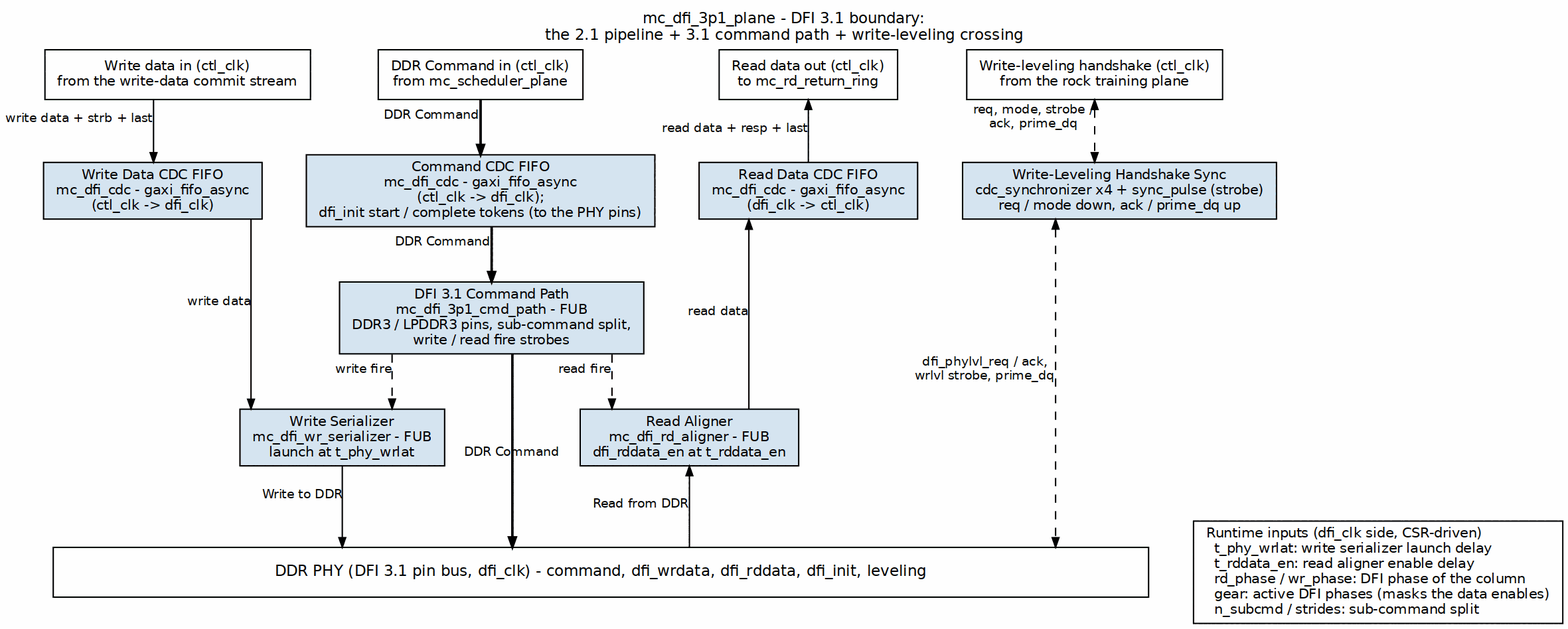
Above: projects/components/mem-ctrl-ip/common-ip/docs/common_mas/assets/graphviz/07_mc_dfi_3p1_plane.png in sean-galloway/RTLDesignSherpa (Graphviz), before the change. Its source is kept beside it as projects/components/mem-ctrl-ip/common-ip/docs/common_mas/assets/graphviz/07_mc_dfi_3p1_plane.dot.
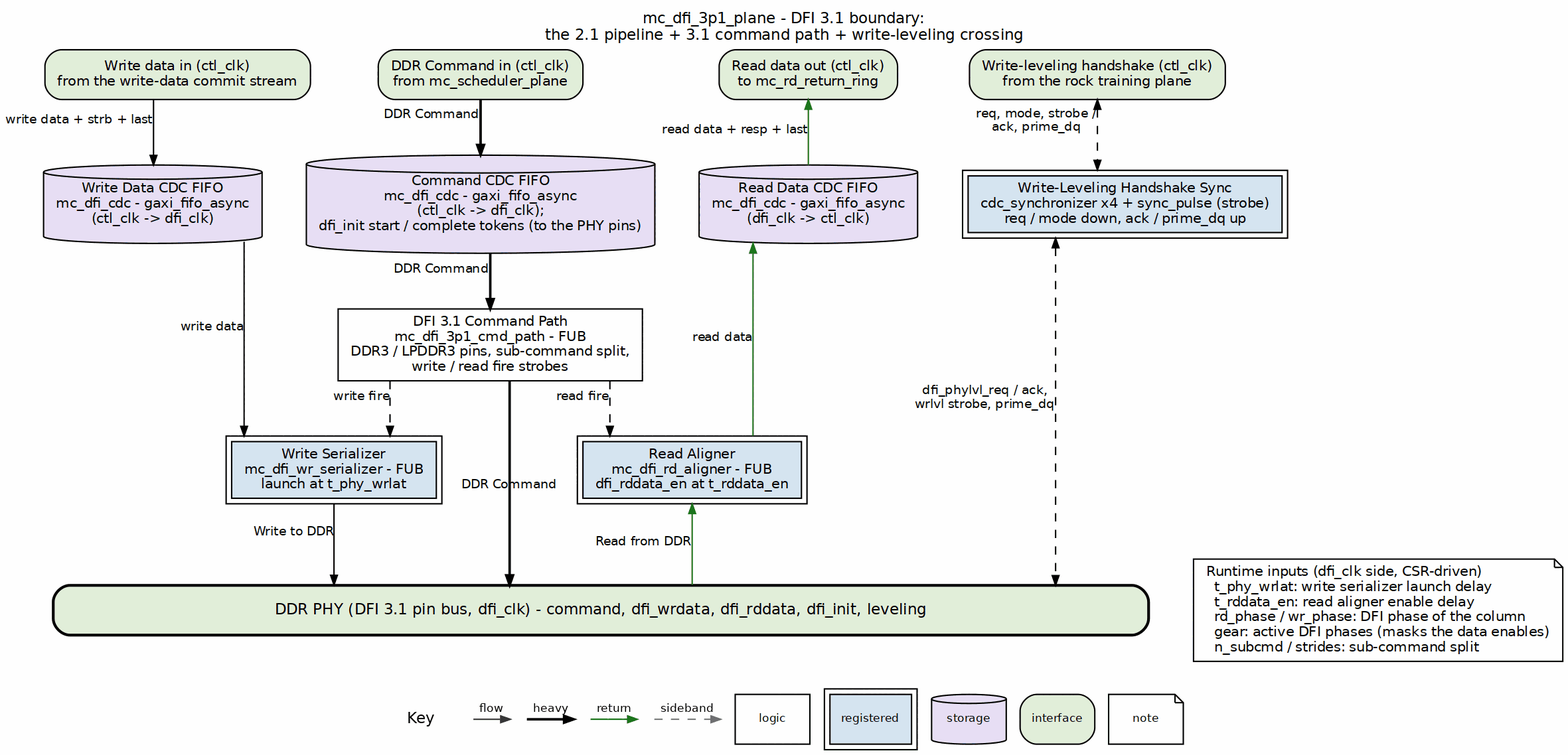
After the change.

Change to the diagram source:
```diff
@@ -3,25 +3,25 @@
            nodesep="0.45", ranksep="0.55", splines=ortho,
            label="mc_dfi_3p1_plane - DFI 3.1 boundary:\nthe 2.1 pipeline + 3.1 command path + write-leveling crossing", labelloc=t, labeljust=c];
     node  [fontname="Helvetica", fontsize=10, shape=box, style=filled,
-           fillcolor="#D6E4F0", color="black", margin="0.12,0.06"];
+           fillcolor="white", color="black", margin="0.12,0.06"];
     edge  [fontname="Helvetica", fontsize=9, color="black", arrowsize=0.7];
 
-    p_wd  [label="Write data in (ctl_clk)\nfrom the write-data commit stream", fillcolor="white"];
-    p_cmd [label="DDR Command in (ctl_clk)\nfrom mc_scheduler_plane", fillcolor="white"];
-    p_rd  [label="Read data out (ctl_clk)\nto mc_rd_return_ring", fillcolor="white"];
-    p_wl [label="Write-leveling handshake (ctl_clk)\nfrom the rock training plane", fillcolor="white"];
-    wl_sync [label="Write-Leveling Handshake Sync\ncdc_synchronizer x4 + sync_pulse (strobe)\nreq / mode down, ack / prime_dq up"];
+    p_wd  [label="Write data in (ctl_clk)\nfrom the write-data commit stream", fillcolor="white", style="rounded,filled", fillcolor="#E2EFDA"];
+    p_cmd [label="DDR Command in (ctl_clk)\nfrom mc_scheduler_plane", fillcolor="white", style="rounded,filled", fillcolor="#E2EFDA"];
+    p_rd  [label="Read data out (ctl_clk)\nto mc_rd_return_ring", fillcolor="white", style="rounded,filled", fillcolor="#E2EFDA"];
+    p_wl [label="Write-leveling handshake (ctl_clk)\nfrom the rock training plane", fillcolor="white", style="rounded,filled", fillcolor="#E2EFDA"];
+    wl_sync [label="Write-Leveling Handshake Sync\ncdc_synchronizer x4 + sync_pulse (strobe)\nreq / mode down, ack / prime_dq up", peripheries=2, style="filled", fillcolor="#D6E4F0"];
 
-    cdc_wd  [label="Write Data CDC FIFO\nmc_dfi_cdc - gaxi_fifo_async\n(ctl_clk -> dfi_clk)"];
-    cdc_cmd [label="Command CDC FIFO\nmc_dfi_cdc - gaxi_fifo_async\n(ctl_clk -> dfi_clk);\ndfi_init start / complete tokens (to the PHY pins)"];
-    cdc_rd  [label="Read Data CDC FIFO\nmc_dfi_cdc - gaxi_fifo_async\n(dfi_clk -> ctl_clk)"];
+    cdc_wd  [label="Write Data CDC FIFO\nmc_dfi_cdc - gaxi_fifo_async\n(ctl_clk -> dfi_clk)", shape=cylinder, style="filled", fillcolor="#E8DFF5"];
+    cdc_cmd [label="Command CDC FIFO\nmc_dfi_cdc - gaxi_fifo_async\n(ctl_clk -> dfi_clk);\ndfi_init start / complete tokens (to the PHY pins)", shape=cylinder, style="filled", fillcolor="#E8DFF5"];
+    cdc_rd  [label="Read Data CDC FIFO\nmc_dfi_cdc - gaxi_fifo_async\n(dfi_clk -> ctl_clk)", shape=cylinder, style="filled", fillcolor="#E8DFF5"];
 
-    cmd_path [label="DFI 3.1 Command Path\nmc_dfi_3p1_cmd_path - FUB\nDDR3 / LPDDR3 pins, sub-command split,\nwrite / read fire strobes"];
-    wr_ser   [label="Write Serializer\nmc_dfi_wr_serializer - FUB\nlaunch at t_phy_wrlat"];
-    rd_al    [label="Read Aligner\nmc_dfi_rd_aligner - FUB\ndfi_rddata_en at t_rddata_en"];
+    cmd_path [label="DFI 3.1 Command Path\nmc_dfi_3p1_cmd_path - FUB\nDDR3 / LPDDR3 pins, sub-command split,\nwrite / read fire strobes", style="filled", fillcolor="white"];
+    wr_ser   [label="Write Serializer\nmc_dfi_wr_serializer - FUB\nlaunch at t_phy_wrlat", peripheries=2, style="filled", fillcolor="#D6E4F0"];
+    rd_al    [label="Read Aligner\nmc_dfi_rd_aligner - FUB\ndfi_rddata_en at t_rddata_en", peripheries=2, style="filled", fillcolor="#D6E4F0"];
 
-    bar    [label="DDR PHY (DFI 3.1 pin bus, dfi_clk) - command, dfi_wrdata, dfi_rddata, dfi_init, leveling", fillcolor="white", width=11, height=0.5, fontsize=11];
-    legend [label="Runtime inputs (dfi_clk side, CSR-driven)\l  t_phy_wrlat: write serializer launch delay\l  t_rddata_en: read aligner enable delay\l  rd_phase / wr_phase: DFI phase of the column\l  gear: active DFI phases (masks the data enables)\l  n_subcmd / strides: sub-command split\l", fillcolor="white"];
+    bar    [label="DDR PHY (DFI 3.1 pin bus, dfi_clk) - command, dfi_wrdata, dfi_rddata, dfi_init, leveling", fillcolor="white", width=11, height=0.5, fontsize=11, style="rounded,filled,bold", fillcolor="#E2EFDA"];
+    legend [label="Runtime inputs (dfi_clk side, CSR-driven)\l  t_phy_wrlat: write serializer launch delay\l  t_rddata_en: read aligner enable delay\l  rd_phase / wr_phase: DFI phase of the column\l  gear: active DFI phases (masks the data enables)\l  n_subcmd / strides: sub-command split\l", fillcolor="white", shape=note];
 
     p_wd   -> cdc_wd [xlabel="write data + strb + last"];
     cdc_wd -> wr_ser [xlabel="write data"];
@@ -33,9 +33,9 @@
     cmd_path -> wr_ser   [style=dashed, xlabel="write fire"];
     cmd_path -> rd_al    [style=dashed, xlabel="read fire"];
 
-    rd_al  -> bar    [dir=back, xlabel="Read from DDR"];
-    cdc_rd -> rd_al  [dir=back, xlabel="read data"];
-    p_rd   -> cdc_rd [dir=back, xlabel="read data + resp + last"];
+    rd_al  -> bar    [color="#1A7A1A", dir=back, xlabel="Read from DDR"];
+    cdc_rd -> rd_al  [color="#1A7A1A", dir=back, xlabel="read data"];
+    p_rd   -> cdc_rd [color="#1A7A1A", dir=back, xlabel="read data + resp + last"];
     p_wl    -> wl_sync [dir=both, style=dashed, xlabel="req, mode, strobe /\nack, prime_dq"];
     wl_sync -> bar     [dir=both, style=dashed, xlabel="dfi_phylvl_req / ack,\nwrlvl strobe, prime_dq"];
 
```
